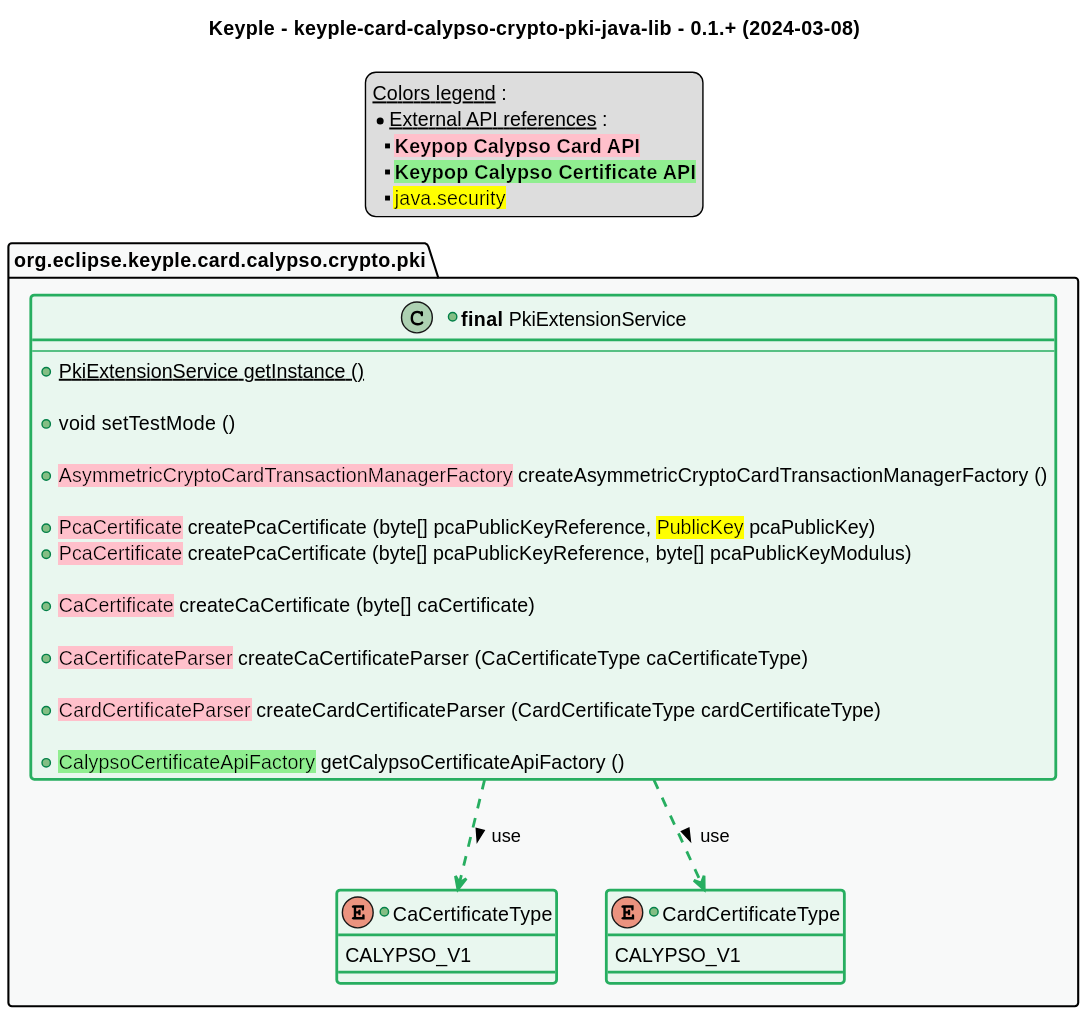
eclipse-keyple/keyple-card-calypso-crypto-pki-java-lib keeps this PlantUML diagram as src/main/uml/api_class_diagram.svg. Above is the earlier version.
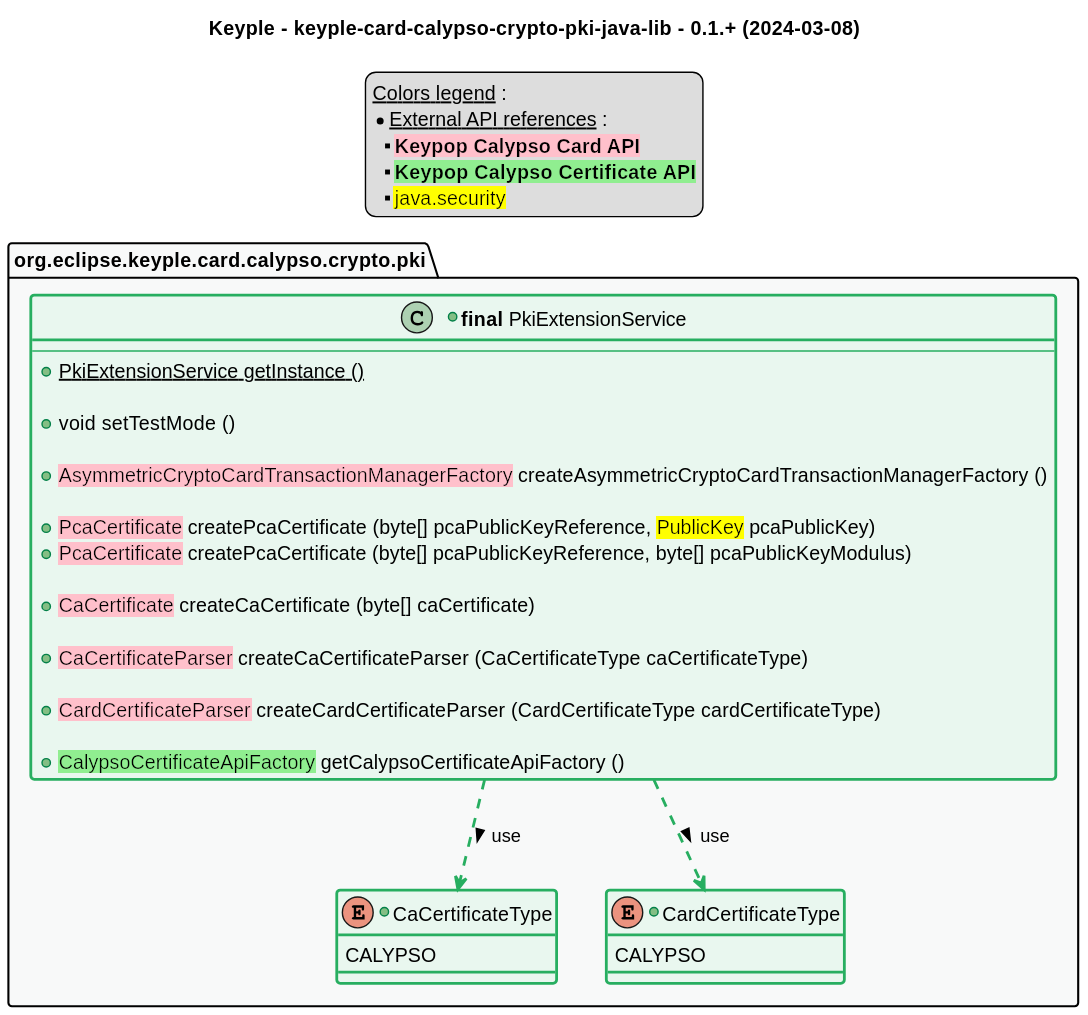
Later version of the same file.

Change to the diagram source:
```diff
@@ -69,10 +69,10 @@
         +<back:lightgreen>CalypsoCertificateApiFactory</back> getCalypsoCertificateApiFactory ()
     }
     +enum CaCertificateType <<green>> {
-        CALYPSO_V1
+        CALYPSO
     }
     +enum CardCertificateType <<green>> {
-        CALYPSO_V1
+        CALYPSO
     }
 }
 
```
